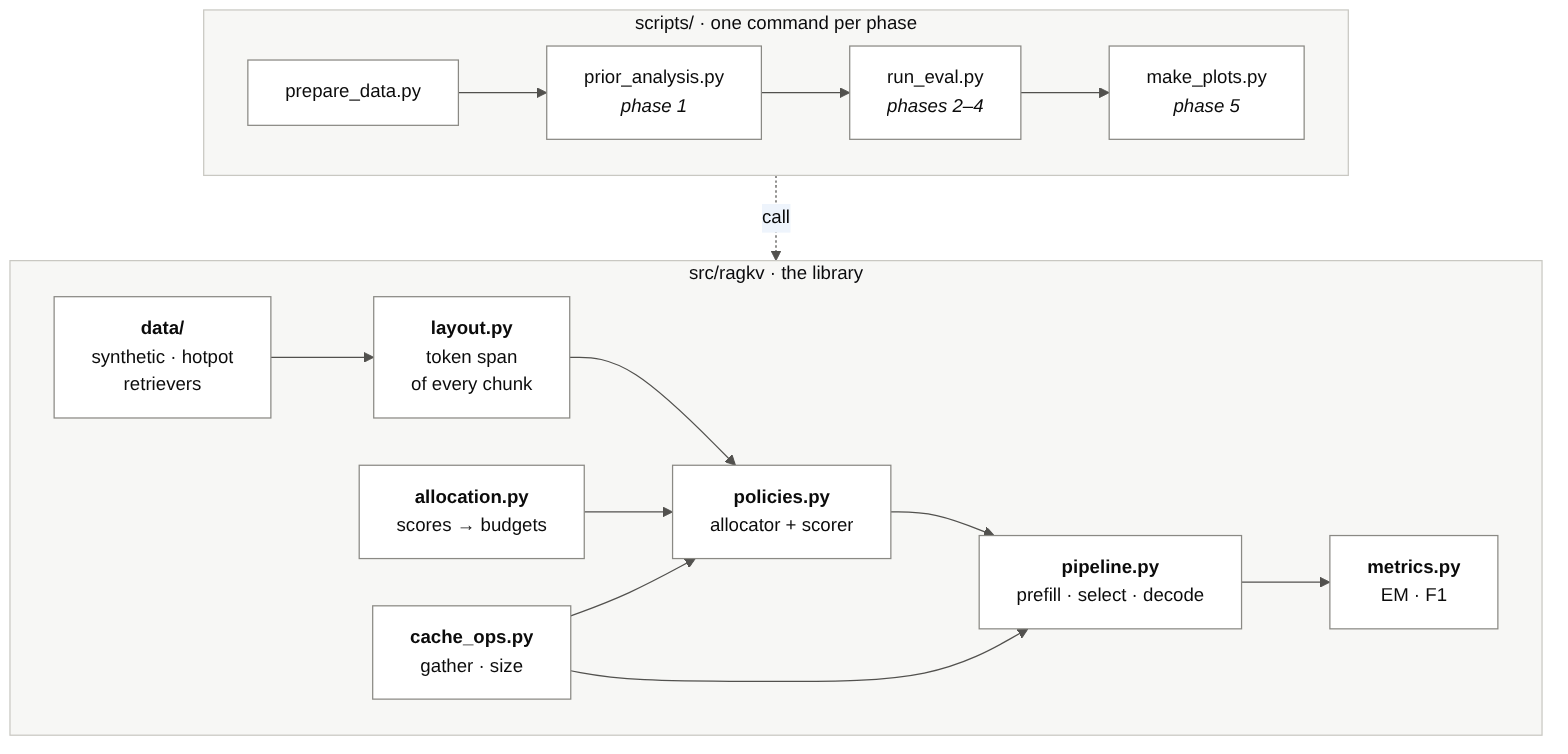
ekambaranath/ragkv keeps this Mermaid diagram as docs/img/architecture.png. Above is the earlier version. Its source is kept beside it as docs/diagrams/architecture.mmd. Its diagram source:
```mermaid
flowchart TB
    subgraph LIB ["src/ragkv  ·  the library"]
        direction LR
        DATA["<b>data/</b><br/>synthetic · hotpot<br/>retrievers"]
        LAY["<b>layout.py</b><br/>token span<br/>of every chunk"]
        ALLOC["<b>allocation.py</b><br/>scores → budgets"]
        POL["<b>policies.py</b><br/>allocator + scorer"]
        CO["<b>cache_ops.py</b><br/>gather · size"]
        PIPE["<b>pipeline.py</b><br/>prefill · select · decode"]
        MET["<b>metrics.py</b><br/>EM · F1"]
        DATA --> LAY --> POL --> PIPE --> MET
        ALLOC --> POL
        CO --> POL
        CO --> PIPE
    end

    subgraph SCR ["scripts/  ·  one command per phase"]
        direction LR
        S1["prepare_data.py"] --> S2["prior_analysis.py<br/><i>phase 1</i>"] --> S3["run_eval.py<br/><i>phases 2–4</i>"] --> S4["make_plots.py<br/><i>phase 5</i>"]
    end

    SCR -. "call" .-> LIB
```
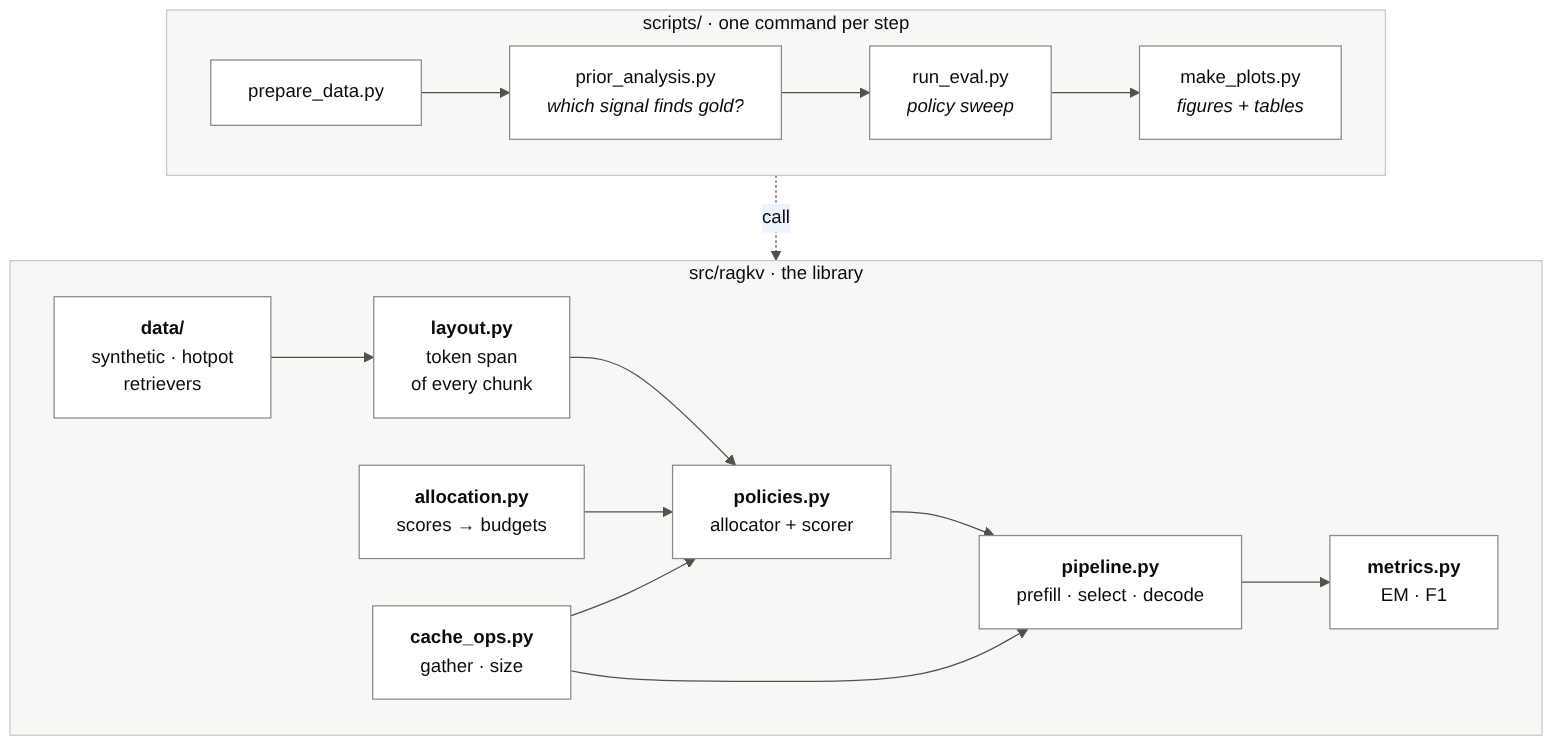
Above is the later version.

Commit message:
README: add measured results, figures and reproduce steps

Change to the diagram source:
```diff
@@ -14,9 +14,9 @@
         CO --> PIPE
     end
 
-    subgraph SCR ["scripts/  ·  one command per phase"]
+    subgraph SCR ["scripts/  ·  one command per step"]
         direction LR
-        S1["prepare_data.py"] --> S2["prior_analysis.py<br/><i>phase 1</i>"] --> S3["run_eval.py<br/><i>phases 2–4</i>"] --> S4["make_plots.py<br/><i>phase 5</i>"]
+        S1["prepare_data.py"] --> S2["prior_analysis.py<br/><i>which signal finds gold?</i>"] --> S3["run_eval.py<br/><i>policy sweep</i>"] --> S4["make_plots.py<br/><i>figures + tables</i>"]
     end
 
     SCR -. "call" .-> LIB
```
